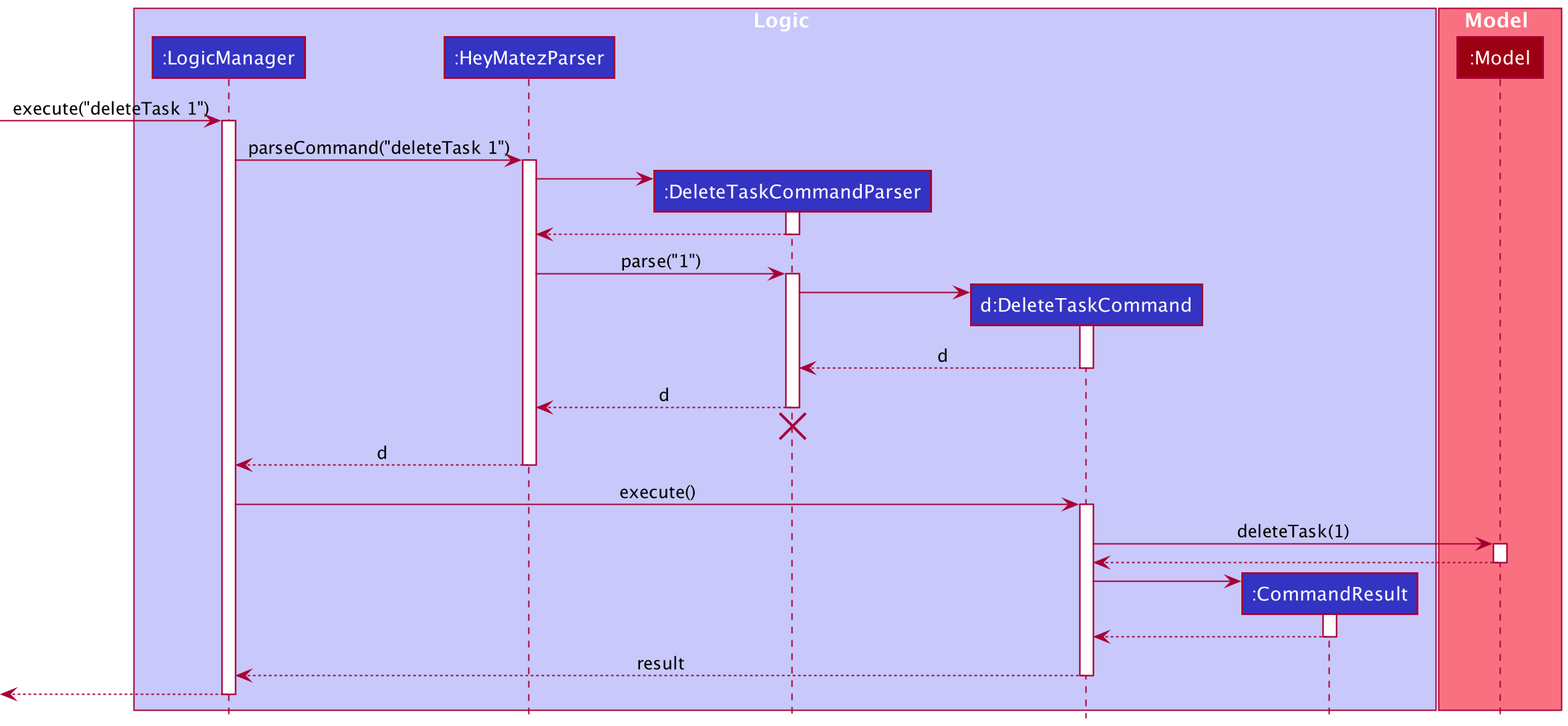
Earlier version of the PlantUML export docs/images/DeleteTaskSequenceDiagram.png (nus-cs2103-AY2021S2/tp).
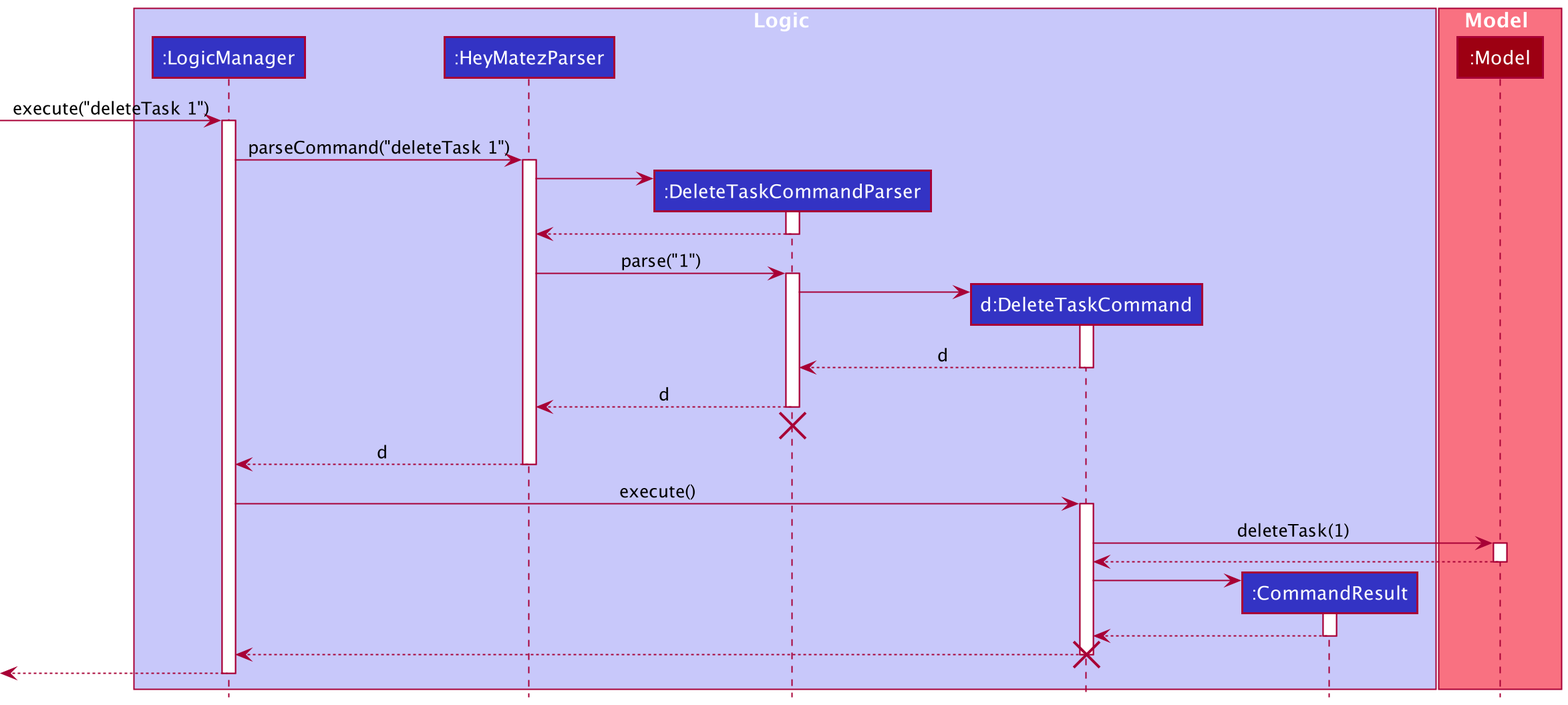
Later version of the same file.

Commit message:
update sequence diagram

The edit, as a diff of the source:
```diff
@@ -60,8 +60,8 @@
 CommandResult --> DeleteTaskCommand
 deactivate CommandResult
 
-DeleteTaskCommand --> LogicManager : result
-deactivate DeleteTaskCommand
+DeleteTaskCommand --> LogicManager :
+destroy DeleteTaskCommand
 
 [<--LogicManager
 deactivate LogicManager
```
